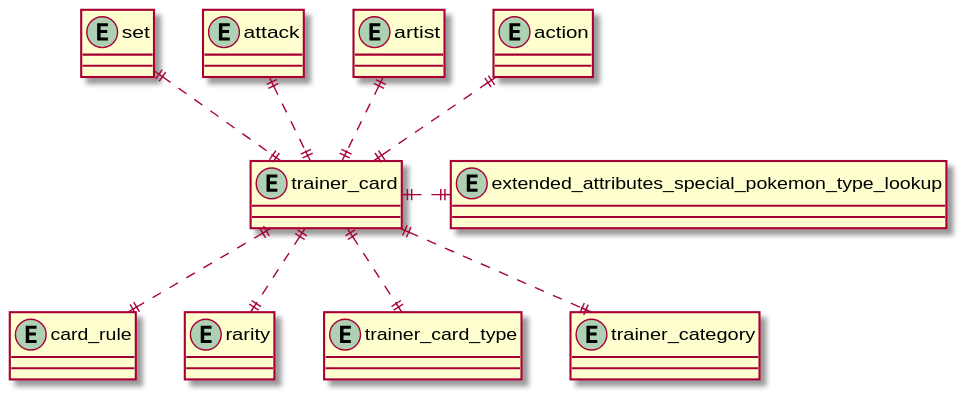
pkgreen90/pokemon-tcg-data keeps this PlantUML diagram as schema/exported_images/trainer-card-relationships.svg. Above is the earlier version.
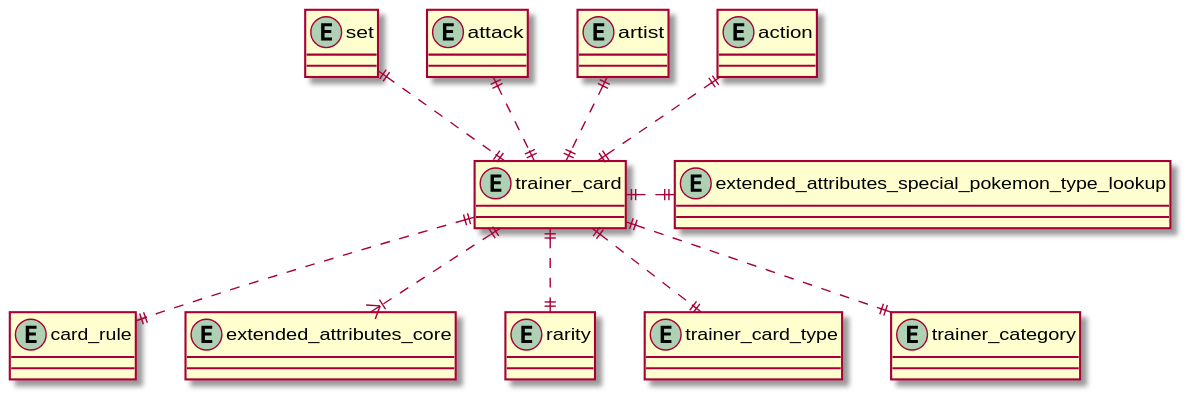
After the change.

Diff of the diagram source:
```diff
@@ -4,6 +4,7 @@
 entity "artist" as artist {}
 entity "attack" as attack {}
 entity "card_rule" as card_rule {}
+entity "extended_attributes_core" as extended_attributes_core {}
 entity "extended_attributes_special_pokemon_type_lookup" as extended_attributes_special_pokemon_type_lookup {}
 entity "rarity" as rarity {}
 entity "set" as set {}
@@ -14,6 +15,7 @@
 trainer_card ||..up|| action
 trainer_card ||..up|| artist
 trainer_card ||..up|| attack
+trainer_card ||..|{ extended_attributes_core
 trainer_card ||..right|| extended_attributes_special_pokemon_type_lookup
 trainer_card ||..|| rarity
 trainer_card ||..up|| set
```
